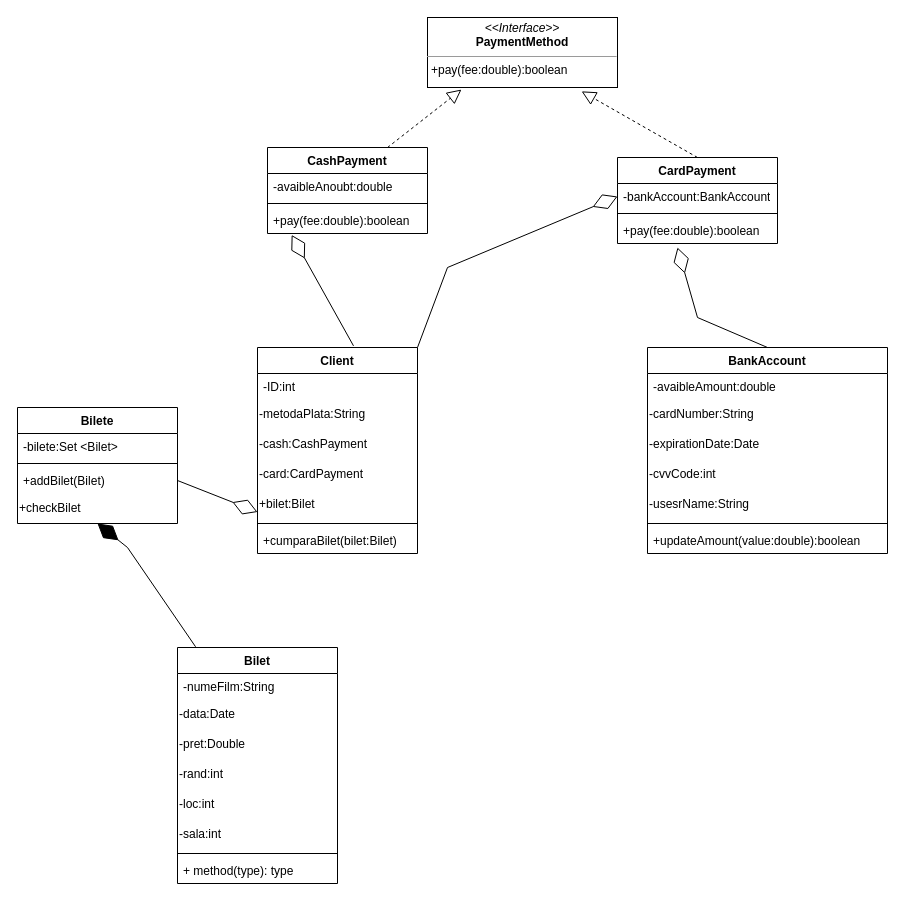
Before: UML/Untitled Diagram.drawio in Mihai343/PP4, a draw.io diagram. Source tidied: cells renumbered, new cells numbered last; positions are measured from the earlier drawing's top-left corner, leaving out a move shared by most shapes. Both pictures are drawn from the tidied source at 100%, with x=0, y=0 at pixel (17, 17).
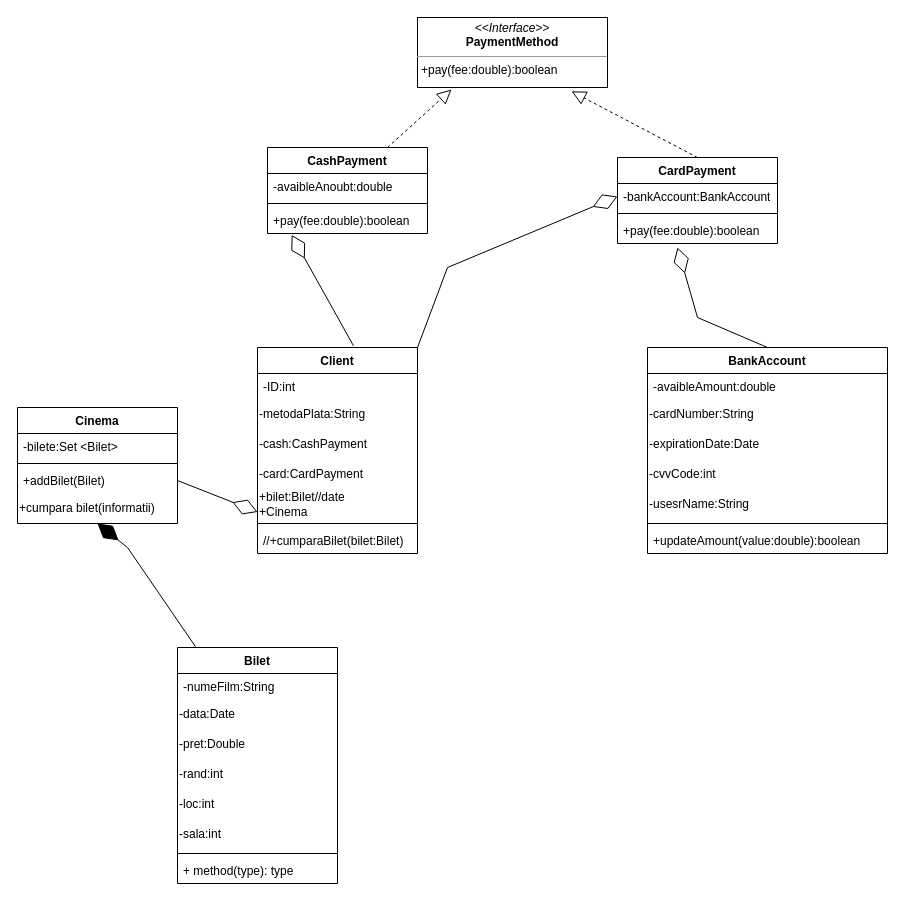
The same diagram, later.

The change refers to these unchanged cells:
```xml
<mxCell id="11" value="Client" style="swimlane;fontStyle=1;align=center;verticalAlign=top;horizontal=1;startSize=26;whiteSpace=wrap;html=1;" parent="1" vertex="1">
  <mxGeometry x="240" y="330" width="160" height="206" as="geometry" />
</mxCell>
```

What changed in the source:
```diff
@@
     <mxCell id="6" value="&lt;p style=&quot;margin:0px;margin-top:4px;text-align:center;&quot;&gt;&lt;i&gt;&amp;lt;&amp;lt;Interface&amp;gt;&amp;gt;&lt;/i&gt;&lt;br&gt;&lt;b&gt;PaymentMethod&lt;/b&gt;&lt;/p&gt;&lt;hr size=&quot;1&quot;&gt;&lt;p style=&quot;margin:0px;margin-left:4px;&quot;&gt;+pay(fee:double):boolean&lt;/p&gt;" style="verticalAlign=top;align=left;overflow=fill;fontSize=12;fontFamily=Helvetica;html=1;whiteSpace=wrap;" parent="1" vertex="1">
-      <mxGeometry x="410" width="190" height="70" as="geometry" />
+      <mxGeometry x="400" width="190" height="70" as="geometry" />
     </mxCell>
@@
-    <mxCell id="16" value="+bilet:Bilet" style="text;html=1;strokeColor=none;fillColor=none;align=left;verticalAlign=middle;whiteSpace=wrap;rounded=0;" parent="11" vertex="1">
+    <mxCell id="16" value="+bilet:Bilet//date&lt;br&gt;+Cinema" style="text;html=1;strokeColor=none;fillColor=none;align=left;verticalAlign=middle;whiteSpace=wrap;rounded=0;" parent="11" vertex="1">
       <mxGeometry y="142" width="160" height="30" as="geometry" />
     </mxCell>
@@
-    <mxCell id="18" value="+cumparaBilet(bilet:Bilet)" style="text;strokeColor=none;fillColor=none;align=left;verticalAlign=top;spacingLeft=4;spacingRight=4;overflow=hidden;whiteSpace=wrap;html=1;" parent="11" vertex="1">
+    <mxCell id="18" value="//+cumparaBilet(bilet:Bilet)" style="text;strokeColor=none;fillColor=none;align=left;verticalAlign=top;spacingLeft=4;spacingRight=4;overflow=hidden;whiteSpace=wrap;html=1;" parent="11" vertex="1">
       <mxGeometry y="180" width="160" height="26" as="geometry" />
     </mxCell>
@@
-    <mxCell id="42" value="Bilete" style="swimlane;fontStyle=1;align=center;verticalAlign=top;horizontal=1;startSize=26;whiteSpace=wrap;html=1;" parent="1" vertex="1">
+    <mxCell id="42" value="Cinema" style="swimlane;fontStyle=1;align=center;verticalAlign=top;horizontal=1;startSize=26;whiteSpace=wrap;html=1;" parent="1" vertex="1">
       <mxGeometry y="390" width="160" height="116" as="geometry" />
     </mxCell>
@@
-    <mxCell id="46" value="+checkBilet" style="text;html=1;strokeColor=none;fillColor=none;align=left;verticalAlign=middle;whiteSpace=wrap;rounded=0;" parent="42" vertex="1">
+    <mxCell id="46" value="+cumpara bilet(informatii)" style="text;html=1;strokeColor=none;fillColor=none;align=left;verticalAlign=middle;whiteSpace=wrap;rounded=0;" parent="42" vertex="1">
       <mxGeometry y="86" width="160" height="30" as="geometry" />
     </mxCell>
```
